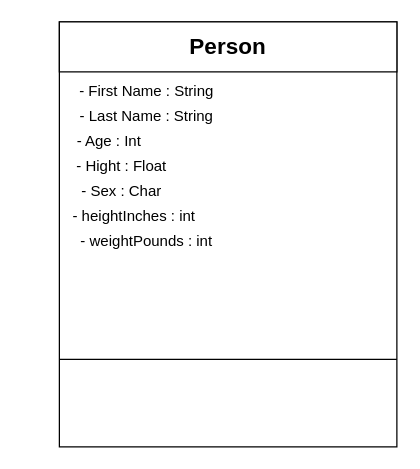
This is Assignment1.drawio from aboudyattia/ensf380, a draw.io file, before an edit. Source tidied: cells renumbered, new cells numbered last; positions are measured from the earlier drawing's top-left corner, leaving out a move shared by most shapes. Both pictures are drawn from the tidied source at 125%, with x=0, y=0 at pixel (21, 21).
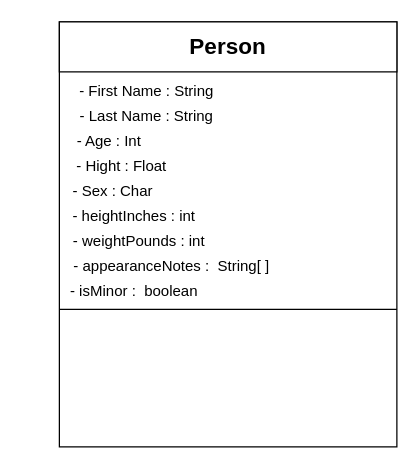
The same diagram, later.

The edit, as a diff of the source:
```diff
@@
 <mxGraphModel>
   <root>
     <mxCell id="0" />
     <mxCell id="1" parent="0" />
     <mxCell id="2" style="rounded=0;whiteSpace=wrap;html=1;" parent="1" vertex="1">
       <mxGeometry x="30" width="270" height="340" as="geometry" />
     </mxCell>
     <mxCell id="3" value="&lt;b&gt;&lt;font style=&quot;font-size: 18px;&quot;&gt;Person&lt;/font&gt;&lt;/b&gt;" style="rounded=0;whiteSpace=wrap;html=1;" parent="1" vertex="1">
       <mxGeometry x="30" width="270" height="40" as="geometry" />
     </mxCell>
     <mxCell id="4" style="endArrow=none;html=1;rounded=0;entryX=1;entryY=0.5;entryDx=0;entryDy=0;exitX=0;exitY=0.5;exitDx=0;exitDy=0;" parent="1" edge="1">
       <mxGeometry relative="1" as="geometry">
-        <mxPoint x="30" y="270" as="sourcePoint" />
-        <mxPoint x="300" y="270" as="targetPoint" />
+        <mxPoint x="30" y="230" as="sourcePoint" />
+        <mxPoint x="300" y="230" as="targetPoint" />
         <Array as="points">
-          <mxPoint x="220" y="270" />
+          <mxPoint x="220" y="230" />
         </Array>
       </mxGeometry>
     </mxCell>
     <mxCell id="5" value="&lt;div style=&quot;line-height: 150%;&quot;&gt;- First Name : String&lt;/div&gt;" style="text;html=1;whiteSpace=wrap;strokeColor=none;fillColor=none;align=center;verticalAlign=middle;rounded=0;" parent="1" vertex="1">
       <mxGeometry x="30" y="40" width="140" height="30" as="geometry" />
     </mxCell>
     <mxCell id="6" value="&lt;div style=&quot;line-height: 150%;&quot;&gt;- Age : Int&lt;/div&gt;" style="text;html=1;whiteSpace=wrap;strokeColor=none;fillColor=none;align=center;verticalAlign=middle;rounded=0;" parent="1" vertex="1">
       <mxGeometry y="80" width="140" height="30" as="geometry" />
     </mxCell>
     <mxCell id="7" value="&lt;div style=&quot;line-height: 150%;&quot;&gt;- Hight : Float&lt;br&gt;&lt;/div&gt;" style="text;html=1;whiteSpace=wrap;strokeColor=none;fillColor=none;align=center;verticalAlign=middle;rounded=0;" parent="1" vertex="1">
       <mxGeometry x="10" y="100" width="140" height="30" as="geometry" />
     </mxCell>
     <mxCell id="8" value="&lt;div style=&quot;line-height: 150%;&quot;&gt;- Last Name : String&lt;/div&gt;" style="text;html=1;whiteSpace=wrap;strokeColor=none;fillColor=none;align=center;verticalAlign=middle;rounded=0;" parent="1" vertex="1">
       <mxGeometry x="30" y="60" width="140" height="30" as="geometry" />
     </mxCell>
     <mxCell id="9" value="&lt;div style=&quot;line-height: 150%;&quot;&gt;- Sex : Char&lt;br&gt;&lt;/div&gt;" style="text;html=1;whiteSpace=wrap;strokeColor=none;fillColor=none;align=center;verticalAlign=middle;rounded=0;" parent="1" vertex="1">
-      <mxGeometry x="10" y="120" width="140" height="30" as="geometry" />
+      <mxGeometry x="3" y="120" width="140" height="30" as="geometry" />
     </mxCell>
     <mxCell id="10" value="&lt;div style=&quot;line-height: 150%;&quot;&gt;- heightInches : int&lt;br&gt;&lt;/div&gt;" style="text;html=1;whiteSpace=wrap;strokeColor=none;fillColor=none;align=center;verticalAlign=middle;rounded=0;" parent="1" vertex="1">
       <mxGeometry x="20" y="140" width="140" height="30" as="geometry" />
     </mxCell>
     <mxCell id="11" value="&lt;div style=&quot;line-height: 150%;&quot;&gt;- weightPounds : int&lt;br&gt;&lt;/div&gt;" style="text;html=1;whiteSpace=wrap;strokeColor=none;fillColor=none;align=center;verticalAlign=middle;rounded=0;" parent="1" vertex="1">
-      <mxGeometry x="30" y="160" width="140" height="30" as="geometry" />
+      <mxGeometry x="24" y="160" width="140" height="30" as="geometry" />
     </mxCell>
+    <mxCell id="12" value="&lt;div style=&quot;line-height: 150%;&quot;&gt;-&amp;nbsp;appearanceNotes : &amp;nbsp;String[ ]&lt;br&gt;&lt;/div&gt;" style="text;html=1;whiteSpace=wrap;strokeColor=none;fillColor=none;align=center;verticalAlign=middle;rounded=0;" parent="1" vertex="1">
+      <mxGeometry x="40" y="180" width="160" height="30" as="geometry" />
+    </mxCell>
+    <mxCell id="13" value="&lt;div style=&quot;line-height: 150%;&quot;&gt;-&amp;nbsp;isMinor : &amp;nbsp;boolean&lt;br&gt;&lt;/div&gt;" style="text;html=1;whiteSpace=wrap;strokeColor=none;fillColor=none;align=center;verticalAlign=middle;rounded=0;" parent="1" vertex="1">
+      <mxGeometry x="10" y="200" width="160" height="30" as="geometry" />
+    </mxCell>
   </root>
 </mxGraphModel>
```
